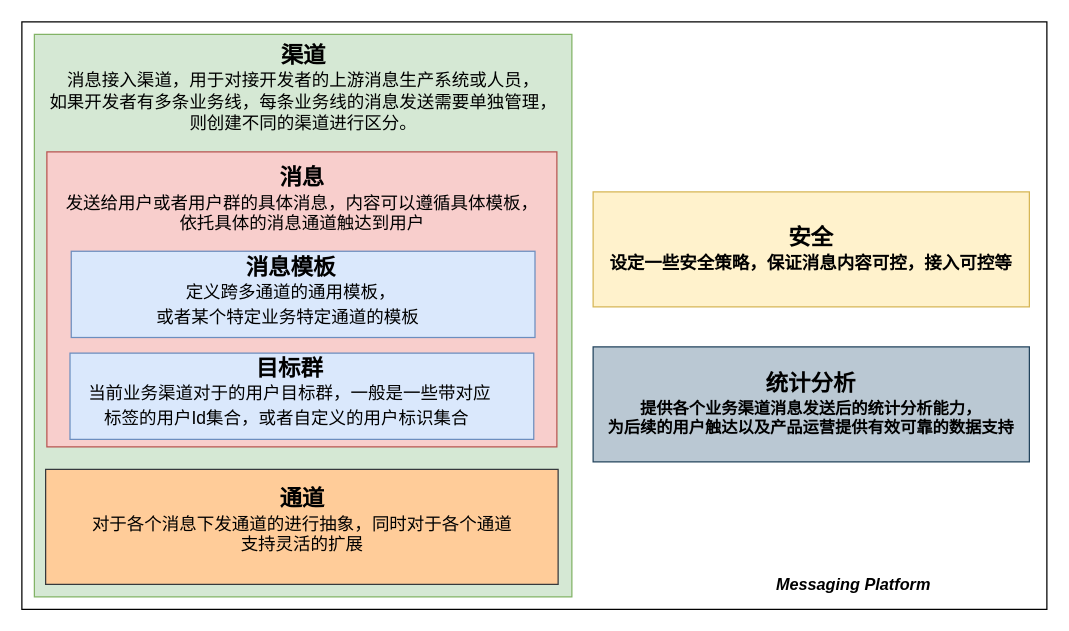
yindongjun/gangzhang.github.io keeps this draw.io diagram as page "Page-2" (2 of 2) of MSP.drawio. Above is the earlier version. Source tidied: cells renumbered, new cells numbered last; positions are measured from the earlier drawing's top-left corner, leaving out a move shared by most shapes. Both pictures are drawn from the tidied source at 125%, with x=0, y=0 at pixel (21, 21).
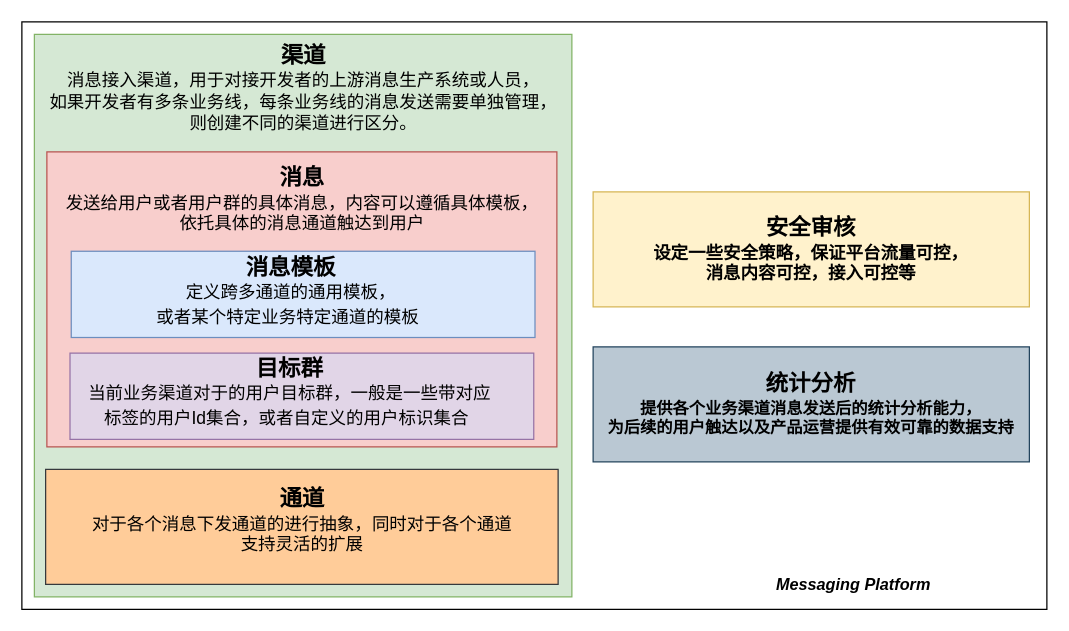
Above is the later version.

The edit, as a diff of the source:
```diff
@@
 <mxGraphModel>
   <root>
     <mxCell id="0" />
     <mxCell id="1" parent="0" />
     <mxCell id="2" style="rounded=0;whiteSpace=wrap;html=1;fontSize=13;fillColor=none;" parent="1" vertex="1">
       <mxGeometry width="820" height="470" as="geometry" />
     </mxCell>
     <mxCell id="3" style="rounded=0;whiteSpace=wrap;html=1;fillColor=#d5e8d4;strokeColor=#82b366;" parent="1" vertex="1">
       <mxGeometry x="10" y="10" width="430" height="450" as="geometry" />
     </mxCell>
     <mxCell id="4" style="rounded=0;whiteSpace=wrap;html=1;fillColor=#f8cecc;strokeColor=#b85450;" parent="1" vertex="1">
       <mxGeometry x="20" y="104" width="408" height="236" as="geometry" />
     </mxCell>
     <mxCell id="5" style="rounded=0;whiteSpace=wrap;html=1;fontSize=13;fillColor=#dae8fc;strokeColor=#6c8ebf;" parent="1" vertex="1">
       <mxGeometry x="39.5" y="183.5" width="371" height="69" as="geometry" />
     </mxCell>
     <mxCell id="6" style="rounded=0;whiteSpace=wrap;html=1;fontSize=13;fillColor=#ffcc99;strokeColor=#36393d;" parent="1" vertex="1">
       <mxGeometry x="19" y="358" width="410" height="92" as="geometry" />
     </mxCell>
     <mxCell id="7" value="&lt;font style=&quot;&quot;&gt;&lt;font style=&quot;&quot;&gt;&lt;font style=&quot;font-size: 18px;&quot;&gt;&lt;b&gt;渠道&lt;/b&gt;&lt;/font&gt;&lt;br&gt;&lt;font style=&quot;font-size: 14px;&quot;&gt;&lt;font style=&quot;&quot;&gt;消息接入渠&lt;/font&gt;&lt;font style=&quot;&quot;&gt;道，用于对接开发者的上游消息生产系统或人员，&lt;br&gt;如果开发者有多条业务线，每条业务线的消息发送需要单独管理，&lt;br&gt;则创建不同的渠道进行区分。&lt;/font&gt;&lt;/font&gt;&lt;/font&gt;&lt;br&gt;&lt;br&gt;&lt;/font&gt;" style="text;html=1;align=center;verticalAlign=middle;strokeColor=none;fillColor=none;" parent="1" vertex="1">
       <mxGeometry x="15" y="20" width="420" height="80" as="geometry" />
     </mxCell>
     <mxCell id="8" value="&lt;font style=&quot;&quot;&gt;&lt;b style=&quot;font-size: 18px;&quot;&gt;消息&lt;/b&gt;&lt;br&gt;&lt;font style=&quot;font-size: 14px;&quot;&gt;&lt;font style=&quot;&quot;&gt;发送给用户或者用户群的具体消息，内容可以遵循具体模板，&lt;br&gt;&lt;/font&gt;依托具体的消息通道触达到用户&lt;/font&gt;&lt;br&gt;&lt;/font&gt;" style="text;html=1;align=center;verticalAlign=middle;strokeColor=none;fillColor=none;" parent="1" vertex="1">
       <mxGeometry x="29" y="117" width="390" height="50" as="geometry" />
     </mxCell>
     <mxCell id="9" value="&lt;font style=&quot;&quot;&gt;&lt;font style=&quot;font-size: 18px;&quot;&gt;&lt;b&gt;消息模板&lt;/b&gt;&lt;br&gt;&lt;/font&gt;&lt;font style=&quot;font-size: 14px;&quot;&gt;定义跨多通道的通用模板，&lt;br&gt;或者某个特定业务特定通道的模板&lt;/font&gt;&lt;/font&gt;&lt;font style=&quot;font-size: 18px&quot;&gt;&amp;nbsp;&lt;/font&gt;" style="text;html=1;align=center;verticalAlign=middle;strokeColor=none;fillColor=none;" parent="1" vertex="1">
       <mxGeometry x="99.5" y="190.5" width="230" height="50" as="geometry" />
     </mxCell>
     <mxCell id="10" value="&lt;font style=&quot;&quot;&gt;&lt;b style=&quot;font-size: 18px;&quot;&gt;通道&lt;/b&gt;&lt;br&gt;&lt;font style=&quot;font-size: 14px;&quot;&gt;对于各个消息下发通道的进行抽象，&lt;/font&gt;&lt;font style=&quot;font-size: 14px;&quot;&gt;&lt;font style=&quot;&quot;&gt;同时对于各个通道&lt;br&gt;&lt;/font&gt;支持灵活的扩展&lt;/font&gt;&lt;br&gt;&lt;/font&gt;" style="text;html=1;align=center;verticalAlign=middle;strokeColor=none;fillColor=none;" parent="1" vertex="1">
       <mxGeometry x="49" y="374" width="350" height="50" as="geometry" />
     </mxCell>
     <mxCell id="11" value="&lt;b&gt;&lt;i&gt;Messaging Platform&lt;/i&gt;&lt;/b&gt;" style="text;html=1;align=center;verticalAlign=middle;strokeColor=none;fillColor=none;fontSize=13;" parent="1" vertex="1">
       <mxGeometry x="595" y="440" width="140" height="20" as="geometry" />
     </mxCell>
-    <mxCell id="12" value="&lt;b&gt;&lt;font style=&quot;&quot;&gt;&lt;span style=&quot;font-size: 18px;&quot;&gt;安全&lt;/span&gt;&lt;br&gt;&lt;span style=&quot;font-size: 14px;&quot;&gt;设定一些安全策略，保证消息内容可控，接入可控等&lt;/span&gt;&lt;br&gt;&lt;/font&gt;&lt;/b&gt;" style="rounded=0;whiteSpace=wrap;html=1;fontSize=13;fillColor=#fff2cc;strokeColor=#d6b656;" parent="1" vertex="1">
+    <mxCell id="12" value="&lt;b&gt;&lt;font style=&quot;&quot;&gt;&lt;span style=&quot;font-size: 18px;&quot;&gt;安全审核&lt;/span&gt;&lt;br&gt;&lt;span style=&quot;font-size: 14px;&quot;&gt;设定一些安全策略，保证平台流量可控，&lt;br&gt;消息内容可控，接入可控等&lt;/span&gt;&lt;br&gt;&lt;/font&gt;&lt;/b&gt;" style="rounded=0;whiteSpace=wrap;html=1;fontSize=13;fillColor=#fff2cc;strokeColor=#d6b656;" parent="1" vertex="1">
       <mxGeometry x="457" y="136" width="349" height="92" as="geometry" />
     </mxCell>
     <mxCell id="13" value="&lt;b&gt;&lt;font style=&quot;font-size: 18px;&quot;&gt;统计分析&lt;br&gt;&lt;/font&gt;提供各个业务渠道消息发送后的统计分析能力，&lt;br&gt;为后续的用户触达以及产品运营提供有效可靠的数据支持&lt;br&gt;&lt;/b&gt;" style="rounded=0;whiteSpace=wrap;html=1;fontSize=13;fillColor=#bac8d3;strokeColor=#23445d;" parent="1" vertex="1">
       <mxGeometry x="457" y="260" width="349" height="92" as="geometry" />
     </mxCell>
-    <mxCell id="14" style="rounded=0;whiteSpace=wrap;html=1;fontSize=13;fillColor=#dae8fc;strokeColor=#6c8ebf;" parent="1" vertex="1">
+    <mxCell id="14" style="rounded=0;whiteSpace=wrap;html=1;fontSize=13;fillColor=#e1d5e7;strokeColor=#9673a6;" parent="1" vertex="1">
       <mxGeometry x="38.5" y="265" width="371" height="69" as="geometry" />
     </mxCell>
     <mxCell id="15" value="&lt;font style=&quot;&quot;&gt;&lt;font style=&quot;font-size: 18px;&quot;&gt;&lt;b&gt;目标群&lt;/b&gt;&lt;br&gt;&lt;/font&gt;&lt;/font&gt;&lt;font style=&quot;&quot;&gt;&lt;span style=&quot;font-size: 14px;&quot;&gt;当前业务渠道对于的用户目标群，一般是一些带对应&lt;br&gt;&lt;/span&gt;&lt;/font&gt;&lt;font style=&quot;font-size: 14px;&quot;&gt;标签的用户Id集合，或者自定义的用户标识集合&lt;/font&gt;&lt;font style=&quot;font-size: 18px&quot;&gt;&amp;nbsp;&lt;/font&gt;" style="text;html=1;align=center;verticalAlign=middle;strokeColor=none;fillColor=none;" parent="1" vertex="1">
       <mxGeometry x="43.5" y="272" width="340" height="50" as="geometry" />
     </mxCell>
   </root>
 </mxGraphModel>
```
